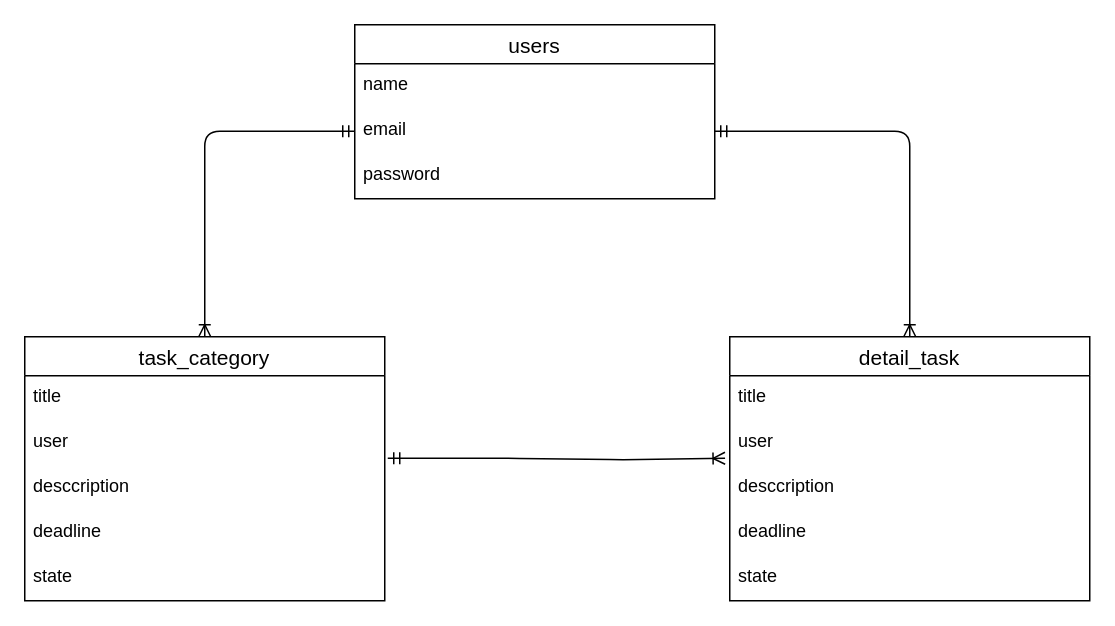
kamada-maki/todo-app keeps this draw.io diagram as toto-app.dio. Above is the earlier version. Source tidied: cells renumbered, new cells numbered last; positions are measured from the earlier drawing's top-left corner, leaving out a move shared by most shapes. Both pictures are drawn from the tidied source at 150%, with x=0, y=0 at pixel (24, 24).
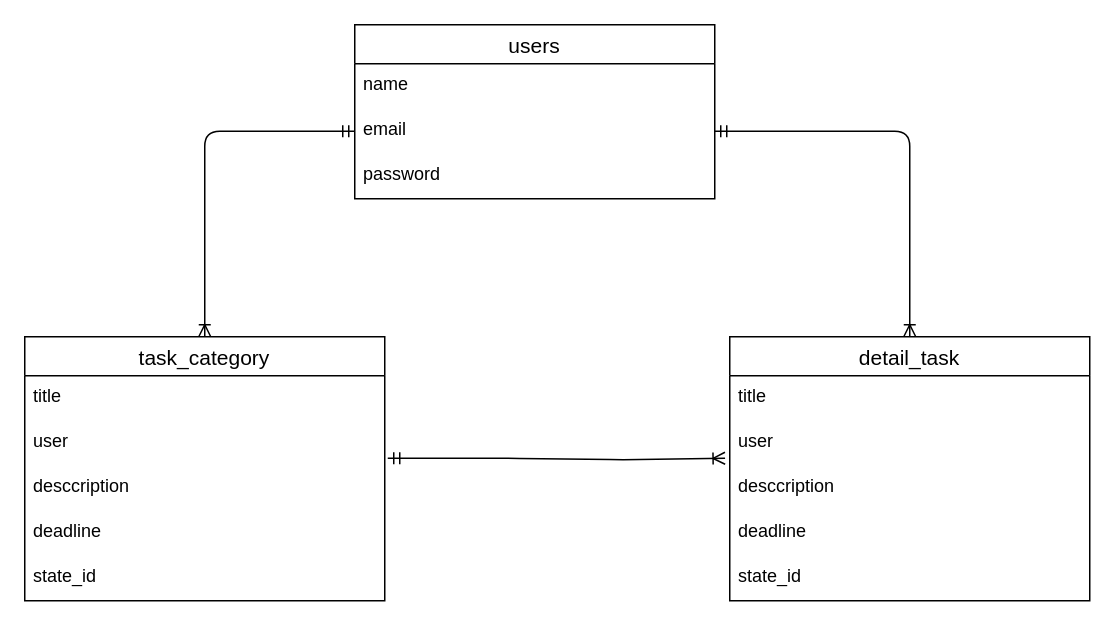
After the change.

Commit message:
テーブル設計図修正

The change refers to these unchanged cells:
```xml
<mxCell id="2" value="task_category" style="swimlane;fontStyle=0;horizontal=1;startSize=26;align=center;fontSize=14;" parent="1" vertex="1">
  <mxGeometry y="208" width="240" height="176" as="geometry" />
</mxCell>
<mxCell id="12" value="detail_task" style="swimlane;fontStyle=0;horizontal=1;startSize=26;align=center;fontSize=14;" parent="1" vertex="1">
  <mxGeometry x="470" y="208" width="240" height="176" as="geometry" />
</mxCell>
```

What changed in the source:
```diff
@@
-    <mxCell id="7" value="state" style="text;strokeColor=none;fillColor=none;spacingLeft=4;spacingRight=4;overflow=hidden;fontSize=12;" parent="2" vertex="1">
+    <mxCell id="7" value="state_id" style="text;strokeColor=none;fillColor=none;spacingLeft=4;spacingRight=4;overflow=hidden;fontSize=12;" parent="2" vertex="1">
       <mxGeometry y="146" width="240" height="30" as="geometry" />
     </mxCell>
@@
-    <mxCell id="17" value="state" style="text;strokeColor=none;fillColor=none;spacingLeft=4;spacingRight=4;overflow=hidden;fontSize=12;" parent="12" vertex="1">
+    <mxCell id="17" value="state_id" style="text;strokeColor=none;fillColor=none;spacingLeft=4;spacingRight=4;overflow=hidden;fontSize=12;" parent="12" vertex="1">
       <mxGeometry y="146" width="240" height="30" as="geometry" />
     </mxCell>
```
